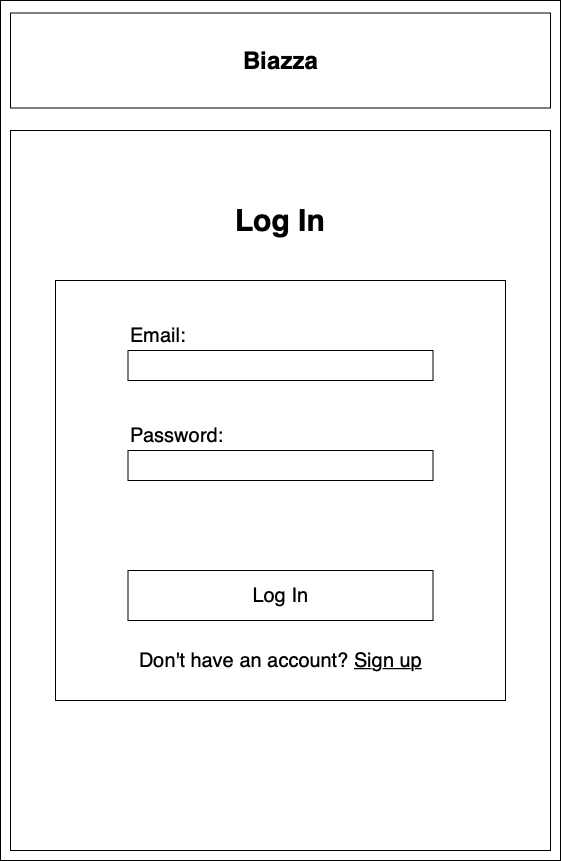
Earlier version of the draw.io export ux-design/Wireframe-Log-In.png (software-assignments-spring2021/spring-2020-basic-thunder). Source tidied: cells renumbered, new cells last; positions are measured from the earlier drawing's top-left corner, leaving out a move shared by most shapes.
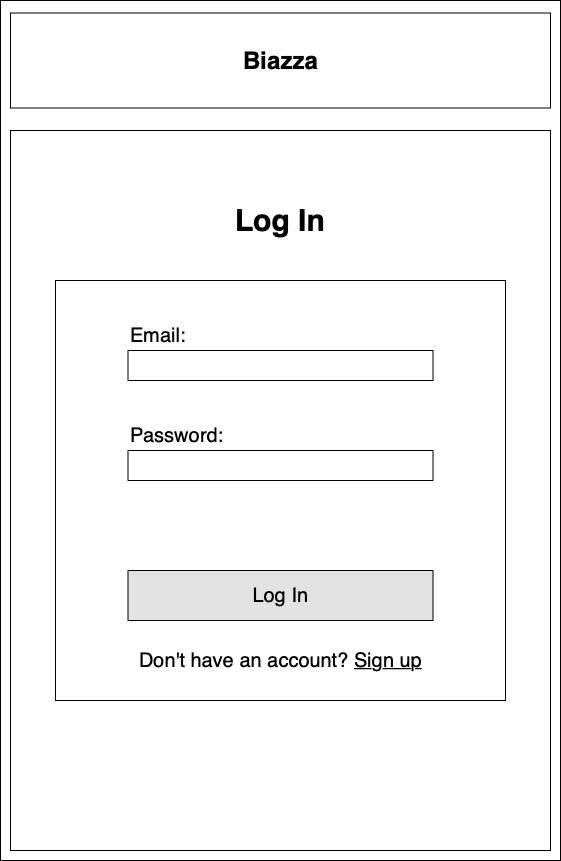
The same diagram one commit later.

The edit, as a diff of the source:
```diff
@@ -29,7 +29,7 @@
     <mxCell id="10" value="&lt;font style=&quot;font-size: 20px&quot;&gt;Password:&lt;/font&gt;" style="text;html=1;strokeColor=none;fillColor=none;align=left;verticalAlign=middle;whiteSpace=wrap;rounded=0;" parent="1" vertex="1">
       <mxGeometry x="127.5" y="420" width="122.5" height="30" as="geometry" />
     </mxCell>
-    <mxCell id="11" value="&lt;font style=&quot;font-size: 20px&quot;&gt;Log In&lt;/font&gt;" style="rounded=0;whiteSpace=wrap;html=1;" parent="1" vertex="1">
+    <mxCell id="11" value="&lt;font style=&quot;font-size: 20px&quot;&gt;Log In&lt;/font&gt;" style="rounded=0;whiteSpace=wrap;html=1;fillColor=#E3E3E3;" parent="1" vertex="1">
       <mxGeometry x="127.5" y="570" width="305" height="50" as="geometry" />
     </mxCell>
     <mxCell id="12" value="&lt;font style=&quot;font-size: 20px&quot;&gt;Don't have an account? &lt;u&gt;Sign up&lt;/u&gt;&lt;/font&gt;" style="text;html=1;strokeColor=none;fillColor=none;align=center;verticalAlign=middle;whiteSpace=wrap;rounded=0;" parent="1" vertex="1">
```
